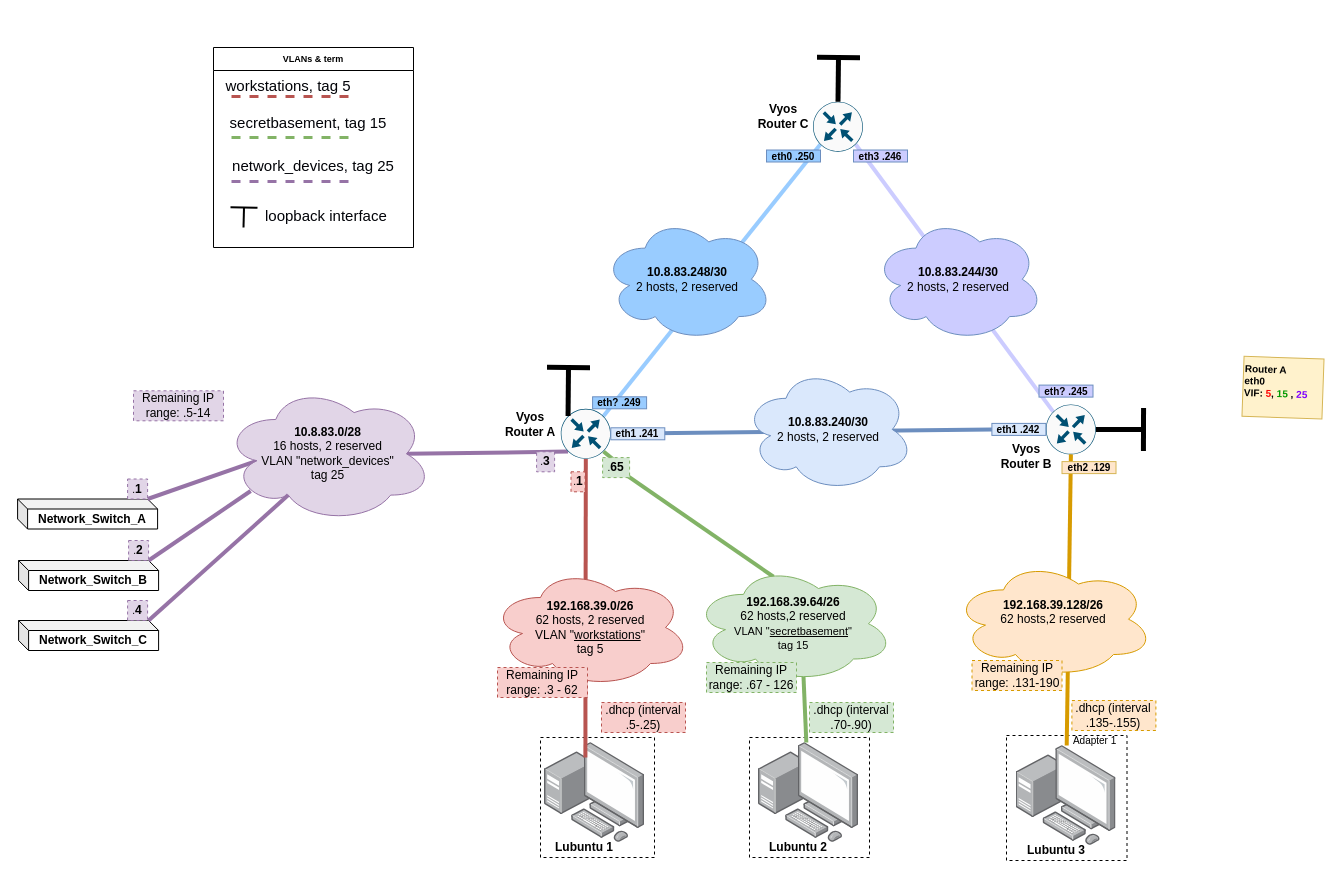
This is page "Logical Topology" (3 of 4) of documentation/E08/E08NetworkCharts.drawio from Kjersheim/DataNetworksIntro2023, a draw.io file, before an edit. Source tidied: cells renumbered, new cells numbered last; positions are measured from the earlier drawing's top-left corner, leaving out a move shared by most shapes. Both pictures are drawn from the tidied source at 100%, with x=0, y=0 at pixel (17, 47).
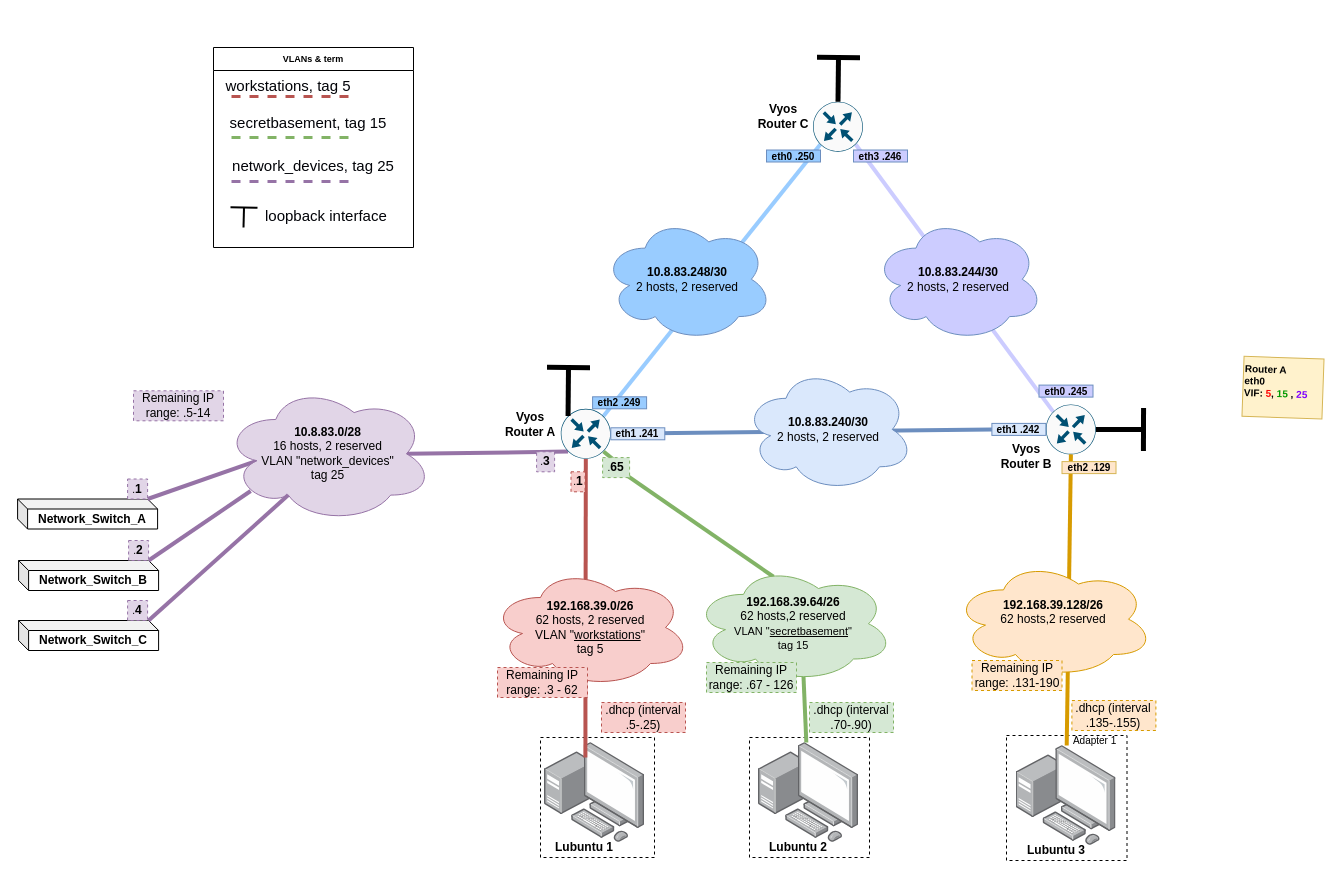
Above is the later version.

Diff of the diagram source:
```diff
@@
-    <mxCell id="53" value="eth? .245&lt;br&gt;" style="text;strokeColor=#6C8EBF;align=center;fillColor=#CCCCFF;html=1;verticalAlign=middle;whiteSpace=wrap;rounded=0;rotation=0;fontStyle=1;fontSize=10;" parent="1" vertex="1">
+    <mxCell id="53" value="eth0 .245" style="text;strokeColor=#6C8EBF;align=center;fillColor=#CCCCFF;html=1;verticalAlign=middle;whiteSpace=wrap;rounded=0;rotation=0;fontStyle=1;fontSize=10;" parent="1" vertex="1">
       <mxGeometry x="1021.5" y="337.6" width="54" height="12" as="geometry" />
     </mxCell>
@@
-    <mxCell id="56" value="eth? .249" style="text;strokeColor=#6C8EBF;align=center;fillColor=#99CCFF;html=1;verticalAlign=middle;whiteSpace=wrap;rounded=0;rotation=0;fontStyle=1;fontSize=10;" parent="1" vertex="1">
+    <mxCell id="56" value="eth2 .249" style="text;strokeColor=#6C8EBF;align=center;fillColor=#99CCFF;html=1;verticalAlign=middle;whiteSpace=wrap;rounded=0;rotation=0;fontStyle=1;fontSize=10;" parent="1" vertex="1">
       <mxGeometry x="575.1" y="349.3" width="54" height="12" as="geometry" />
     </mxCell>
```
